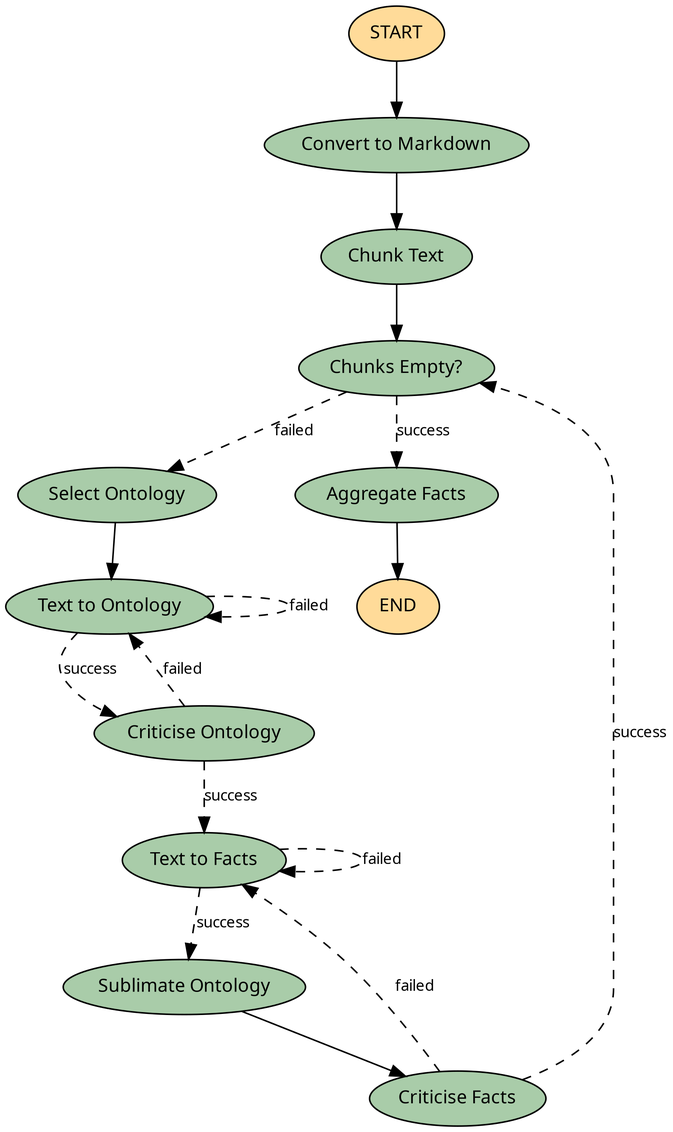
genericrobot77/ontocast keeps this Mermaid diagram as docs/assets/graph.png. Above is the earlier version. Its source is kept beside it as graph.mmd.
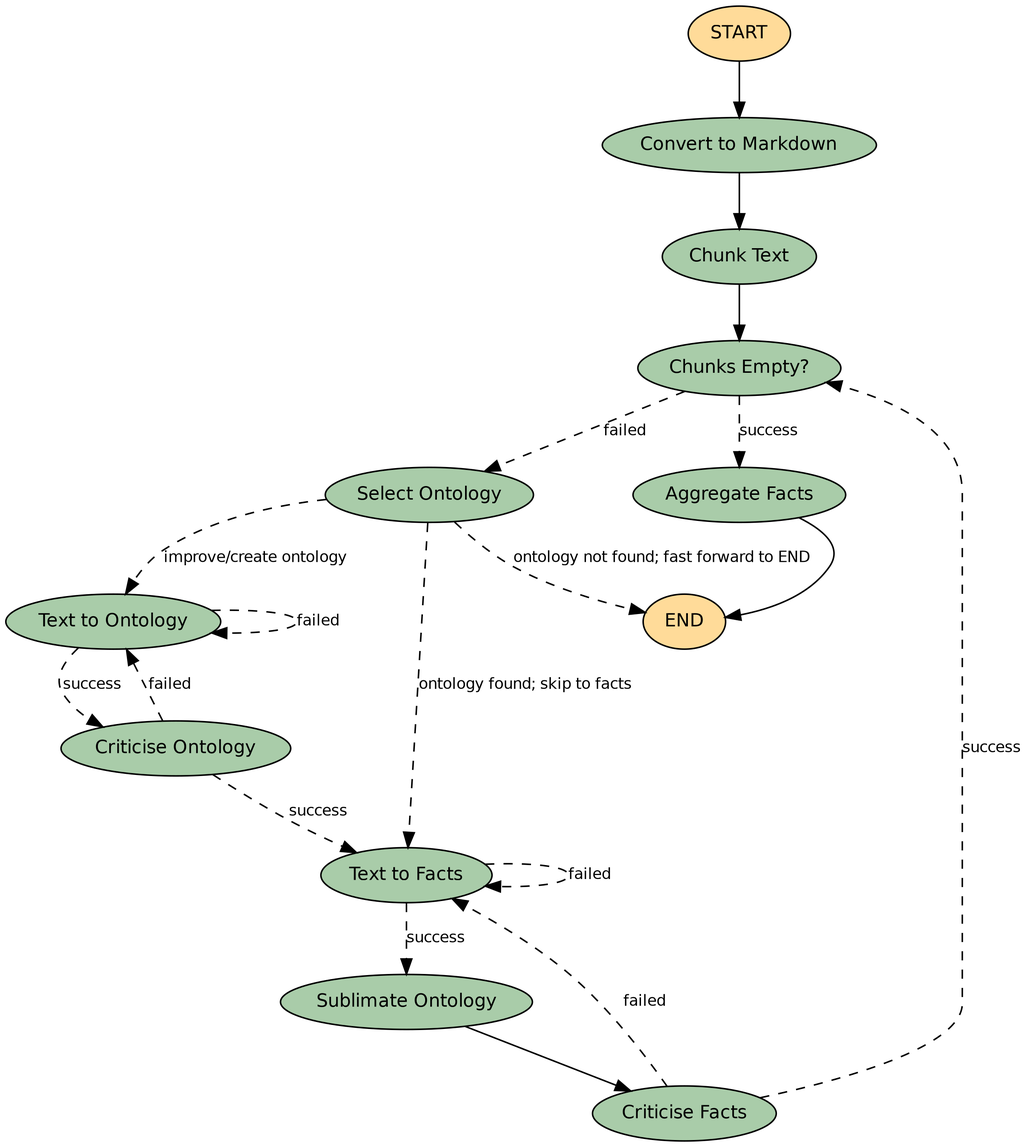
After the commit.

Commit message:
adding --skip-ontology-development in case user wants to skip ontology dev

What changed in the source:
```diff
@@ -15,7 +15,7 @@
     primaryTextColor: '#372237'
 ---
 graph TD;
-	__start__([<p>Doc Incoming</p>]):::first
+	__start__([<p>__start__</p>]):::first
 	Convert_to_Markdown(Convert to Markdown)
 	Chunk_Text(Chunk Text)
 	Select_Ontology(Select Ontology)
@@ -26,15 +26,17 @@
 	Criticise_Facts(Criticise Facts)
 	Chunks_Empty_(Chunks Empty?)
 	Aggregate_Facts(Aggregate Facts)
-	__end__([<p>Serialize Ont/Facts</p>]):::last
+	__end__([<p>__end__</p>]):::last
 	Aggregate_Facts --> __end__;
 	Chunk_Text --> Chunks_Empty_;
 	Convert_to_Markdown --> Chunk_Text;
-	Select_Ontology --> Text_to_Ontology;
 	Sublimate_Ontology --> Criticise_Facts;
 	__start__ --> Convert_to_Markdown;
 	Chunks_Empty_ -. &nbsp;success&nbsp; .-> Aggregate_Facts;
 	Chunks_Empty_ -. &nbsp;failed&nbsp; .-> Select_Ontology;
+	Select_Ontology -. &nbsp;ontology not found; fast forward to END&nbsp; .-> __end__;
+	Select_Ontology -. &nbsp;improve/create ontology&nbsp; .-> Text_to_Ontology;
+	Select_Ontology -. &nbsp;ontology found; skip to facts&nbsp; .-> Text_to_Facts;
 	Text_to_Ontology -. &nbsp;success&nbsp; .-> Criticise_Ontology;
 	Criticise_Ontology -. &nbsp;success&nbsp; .-> Text_to_Facts;
 	Criticise_Ontology -. &nbsp;failed&nbsp; .-> Text_to_Ontology;
```
